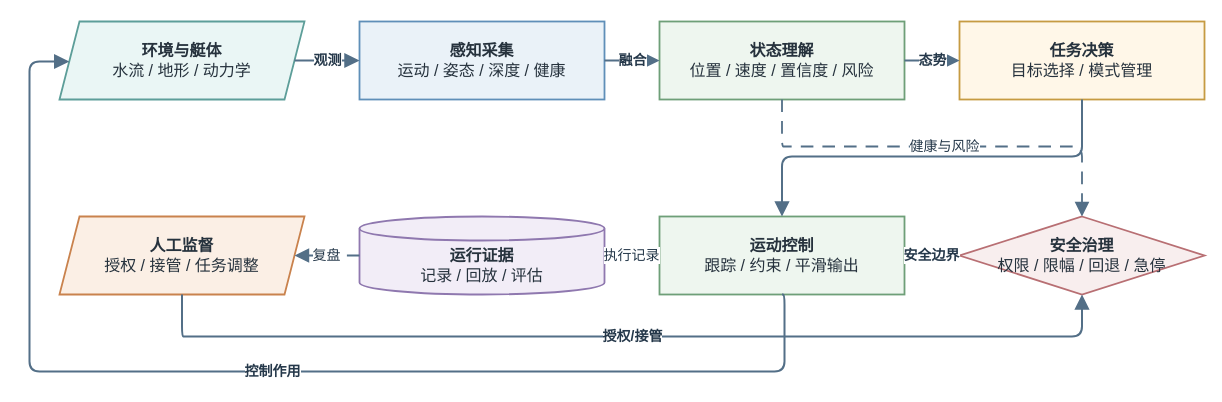
Earlier version of the draw.io diagram docs/thesis/figures/architecture/auv_system_autonomy_functional_loop.drawio (360ZMEM/AUV-Master-Project). Source tidied: cells renumbered, new cells numbered last; positions are measured from the earlier drawing's top-left corner, leaving out a move shared by most shapes. Both pictures are drawn from the tidied source at 100%, with x=0, y=0 at pixel (29, 21).
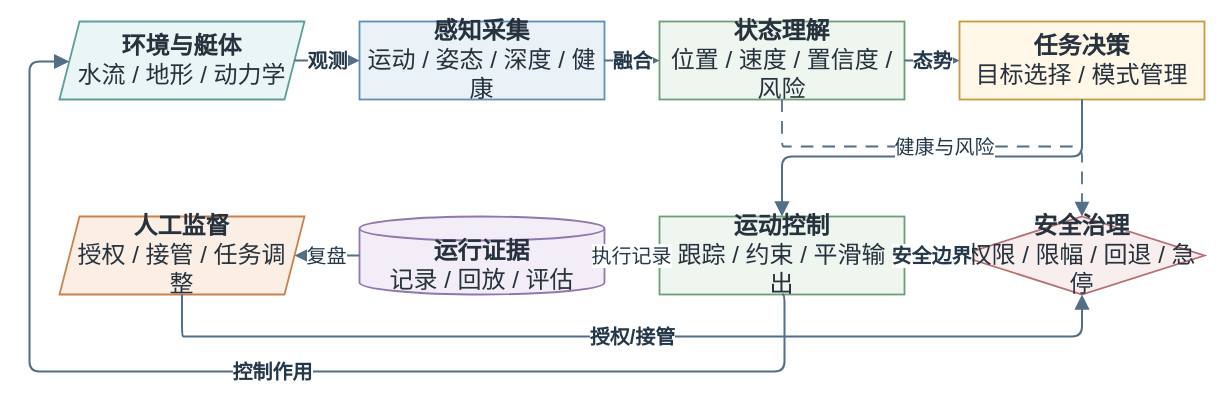
After the change.

The edit, as a diff of the source:
```diff
@@
-    <mxCell id="2" value="&lt;b&gt;环境与艇体&lt;/b&gt;&lt;br&gt;水流 / 地形 / 动力学" style="shape=parallelogram;perimeter=parallelogramPerimeter;fixedSize=1;whiteSpace=wrap;html=1;align=center;verticalAlign=middle;fillColor=#EAF6F5;strokeColor=#5D9E99;strokeWidth=1.8;spacing=8;fontFamily=Songti SC;fontSize=16;fontColor=#26323D;" parent="1" vertex="1">
+    <mxCell id="2" value="&lt;b&gt;环境与艇体&lt;/b&gt;&lt;br&gt;水流 / 地形 / 动力学" style="shape=parallelogram;perimeter=parallelogramPerimeter;fixedSize=1;whiteSpace=wrap;html=1;align=center;verticalAlign=middle;fillColor=#EAF6F5;strokeColor=#5D9E99;strokeWidth=1.8;spacing=8;fontFamily=Songti SC;fontSize=24;fontColor=#26323D;" parent="1" vertex="1">
       <mxGeometry x="30" width="245" height="78" as="geometry" />
     </mxCell>
-    <mxCell id="3" value="&lt;b&gt;感知采集&lt;/b&gt;&lt;br&gt;运动 / 姿态 / 深度 / 健康" style="rounded=0;whiteSpace=wrap;html=1;align=center;verticalAlign=middle;fillColor=#EAF2F8;strokeColor=#5F8FB8;strokeWidth=1.8;spacing=8;fontFamily=Songti SC;fontSize=16;fontColor=#26323D;" parent="1" vertex="1">
+    <mxCell id="3" value="&lt;b&gt;感知采集&lt;/b&gt;&lt;br&gt;运动 / 姿态 / 深度 / 健康" style="rounded=0;whiteSpace=wrap;html=1;align=center;verticalAlign=middle;fillColor=#EAF2F8;strokeColor=#5F8FB8;strokeWidth=1.8;spacing=8;fontFamily=Songti SC;fontSize=24;fontColor=#26323D;" parent="1" vertex="1">
       <mxGeometry x="330" width="245" height="78" as="geometry" />
     </mxCell>
-    <mxCell id="4" value="&lt;b&gt;状态理解&lt;/b&gt;&lt;br&gt;位置 / 速度 / 置信度 / 风险" style="rounded=0;whiteSpace=wrap;html=1;align=center;verticalAlign=middle;fillColor=#EEF6EF;strokeColor=#6E9F78;strokeWidth=1.8;spacing=8;fontFamily=Songti SC;fontSize=16;fontColor=#26323D;" parent="1" vertex="1">
+    <mxCell id="4" value="&lt;b&gt;状态理解&lt;/b&gt;&lt;br&gt;位置 / 速度 / 置信度 / 风险" style="rounded=0;whiteSpace=wrap;html=1;align=center;verticalAlign=middle;fillColor=#EEF6EF;strokeColor=#6E9F78;strokeWidth=1.8;spacing=8;fontFamily=Songti SC;fontSize=24;fontColor=#26323D;" parent="1" vertex="1">
       <mxGeometry x="630" width="245" height="78" as="geometry" />
     </mxCell>
-    <mxCell id="5" value="&lt;b&gt;任务决策&lt;/b&gt;&lt;br&gt;目标选择 / 模式管理" style="rounded=0;whiteSpace=wrap;html=1;align=center;verticalAlign=middle;fillColor=#FFF7E8;strokeColor=#C69B42;strokeWidth=1.8;spacing=8;fontFamily=Songti SC;fontSize=16;fontColor=#26323D;" parent="1" vertex="1">
+    <mxCell id="5" value="&lt;b&gt;任务决策&lt;/b&gt;&lt;br&gt;目标选择 / 模式管理" style="rounded=0;whiteSpace=wrap;html=1;align=center;verticalAlign=middle;fillColor=#FFF7E8;strokeColor=#C69B42;strokeWidth=1.8;spacing=8;fontFamily=Songti SC;fontSize=24;fontColor=#26323D;" parent="1" vertex="1">
       <mxGeometry x="930" width="245" height="78" as="geometry" />
     </mxCell>
-    <mxCell id="6" value="&lt;b&gt;运动控制&lt;/b&gt;&lt;br&gt;跟踪 / 约束 / 平滑输出" style="rounded=0;whiteSpace=wrap;html=1;align=center;verticalAlign=middle;fillColor=#EEF6EF;strokeColor=#6E9F78;strokeWidth=1.8;spacing=8;fontFamily=Songti SC;fontSize=16;fontColor=#26323D;" parent="1" vertex="1">
+    <mxCell id="6" value="&lt;b&gt;运动控制&lt;/b&gt;&lt;br&gt;跟踪 / 约束 / 平滑输出" style="rounded=0;whiteSpace=wrap;html=1;align=center;verticalAlign=middle;fillColor=#EEF6EF;strokeColor=#6E9F78;strokeWidth=1.8;spacing=8;fontFamily=Songti SC;fontSize=24;fontColor=#26323D;" parent="1" vertex="1">
       <mxGeometry x="630" y="195" width="245" height="78" as="geometry" />
     </mxCell>
-    <mxCell id="7" value="&lt;b&gt;安全治理&lt;/b&gt;&lt;br&gt;权限 / 限幅 / 回退 / 急停" style="rhombus;whiteSpace=wrap;html=1;align=center;verticalAlign=middle;fillColor=#F8EEEE;strokeColor=#B86F73;strokeWidth=1.8;spacing=8;fontFamily=Songti SC;fontSize=16;fontColor=#26323D;" parent="1" vertex="1">
+    <mxCell id="7" value="&lt;b&gt;安全治理&lt;/b&gt;&lt;br&gt;权限 / 限幅 / 回退 / 急停" style="rhombus;whiteSpace=wrap;html=1;align=center;verticalAlign=middle;fillColor=#F8EEEE;strokeColor=#B86F73;strokeWidth=1.8;spacing=8;fontFamily=Songti SC;fontSize=24;fontColor=#26323D;" parent="1" vertex="1">
       <mxGeometry x="930" y="195" width="245" height="78" as="geometry" />
     </mxCell>
-    <mxCell id="8" value="&lt;b&gt;人工监督&lt;/b&gt;&lt;br&gt;授权 / 接管 / 任务调整" style="shape=parallelogram;perimeter=parallelogramPerimeter;fixedSize=1;whiteSpace=wrap;html=1;align=center;verticalAlign=middle;fillColor=#FBEFE5;strokeColor=#C9824D;strokeWidth=1.8;spacing=8;fontFamily=Songti SC;fontSize=16;fontColor=#26323D;" parent="1" vertex="1">
+    <mxCell id="8" value="&lt;b&gt;人工监督&lt;/b&gt;&lt;br&gt;授权 / 接管 / 任务调整" style="shape=parallelogram;perimeter=parallelogramPerimeter;fixedSize=1;whiteSpace=wrap;html=1;align=center;verticalAlign=middle;fillColor=#FBEFE5;strokeColor=#C9824D;strokeWidth=1.8;spacing=8;fontFamily=Songti SC;fontSize=24;fontColor=#26323D;" parent="1" vertex="1">
       <mxGeometry x="30" y="195" width="245" height="78" as="geometry" />
     </mxCell>
-    <mxCell id="9" value="&lt;b&gt;运行证据&lt;/b&gt;&lt;br&gt;记录 / 回放 / 评估" style="shape=cylinder3;boundedLbl=1;backgroundOutline=1;size=12;whiteSpace=wrap;html=1;align=center;verticalAlign=middle;fillColor=#F2EDF7;strokeColor=#8F78AF;strokeWidth=1.8;spacing=8;fontFamily=Songti SC;fontSize=16;fontColor=#26323D;" parent="1" vertex="1">
+    <mxCell id="9" value="&lt;b&gt;运行证据&lt;/b&gt;&lt;br&gt;记录 / 回放 / 评估" style="shape=cylinder3;boundedLbl=1;backgroundOutline=1;size=12;whiteSpace=wrap;html=1;align=center;verticalAlign=middle;fillColor=#F2EDF7;strokeColor=#8F78AF;strokeWidth=1.8;spacing=8;fontFamily=Songti SC;fontSize=24;fontColor=#26323D;" parent="1" vertex="1">
       <mxGeometry x="330" y="195" width="245" height="78" as="geometry" />
     </mxCell>
-    <mxCell id="10" value="观测" style="edgeStyle=orthogonalEdgeStyle;rounded=1;jettySize=auto;html=1;strokeColor=#536F87;strokeWidth=2.0;fontFamily=Songti SC;fontSize=14;fontStyle=1;fontColor=#25384A;labelBackgroundColor=#FFFFFF;labelBorderColor=none;endArrow=block;endFill=1;endSize=10;exitX=1;entryX=0;" parent="1" edge="1" source="2" target="3">
+    <mxCell id="10" value="观测" style="edgeStyle=orthogonalEdgeStyle;rounded=1;jettySize=auto;html=1;strokeColor=#536F87;strokeWidth=2.0;fontFamily=Songti SC;fontSize=20;fontStyle=1;fontColor=#25384A;labelBackgroundColor=#FFFFFF;labelBorderColor=none;endArrow=block;endFill=1;endSize=10;exitX=1;entryX=0;" parent="1" edge="1" source="2" target="3">
       <mxGeometry relative="1" as="geometry" />
     </mxCell>
-    <mxCell id="11" value="融合" style="edgeStyle=orthogonalEdgeStyle;rounded=1;jettySize=auto;html=1;strokeColor=#536F87;strokeWidth=2.0;fontFamily=Songti SC;fontSize=14;fontStyle=1;fontColor=#25384A;labelBackgroundColor=#FFFFFF;labelBorderColor=none;endArrow=block;endFill=1;endSize=10;exitX=1;entryX=0;" parent="1" edge="1" source="3" target="4">
+    <mxCell id="11" value="融合" style="edgeStyle=orthogonalEdgeStyle;rounded=1;jettySize=auto;html=1;strokeColor=#536F87;strokeWidth=2.0;fontFamily=Songti SC;fontSize=20;fontStyle=1;fontColor=#25384A;labelBackgroundColor=#FFFFFF;labelBorderColor=none;endArrow=block;endFill=1;endSize=10;exitX=1;entryX=0;" parent="1" edge="1" source="3" target="4">
       <mxGeometry relative="1" as="geometry" />
     </mxCell>
-    <mxCell id="12" value="态势" style="edgeStyle=orthogonalEdgeStyle;rounded=1;jettySize=auto;html=1;strokeColor=#536F87;strokeWidth=2.0;fontFamily=Songti SC;fontSize=14;fontStyle=1;fontColor=#25384A;labelBackgroundColor=#FFFFFF;labelBorderColor=none;endArrow=block;endFill=1;endSize=10;exitX=1;entryX=0;" parent="1" edge="1" source="4" target="5">
+    <mxCell id="12" value="态势" style="edgeStyle=orthogonalEdgeStyle;rounded=1;jettySize=auto;html=1;strokeColor=#536F87;strokeWidth=2.0;fontFamily=Songti SC;fontSize=20;fontStyle=1;fontColor=#25384A;labelBackgroundColor=#FFFFFF;labelBorderColor=none;endArrow=block;endFill=1;endSize=10;exitX=1;entryX=0;" parent="1" edge="1" source="4" target="5">
       <mxGeometry relative="1" as="geometry" />
     </mxCell>
-    <mxCell id="13" style="edgeStyle=orthogonalEdgeStyle;rounded=1;jettySize=auto;html=1;strokeColor=#536F87;strokeWidth=2.0;fontFamily=Songti SC;fontSize=14;fontStyle=1;fontColor=#25384A;labelBackgroundColor=#FFFFFF;labelBorderColor=none;endArrow=block;endFill=1;endSize=10;exitX=0.5;exitY=1;entryX=0.5;entryY=0;" parent="1" edge="1" source="5" target="6">
+    <mxCell id="13" style="edgeStyle=orthogonalEdgeStyle;rounded=1;jettySize=auto;html=1;strokeColor=#536F87;strokeWidth=2.0;fontFamily=Songti SC;fontSize=20;fontStyle=1;fontColor=#25384A;labelBackgroundColor=#FFFFFF;labelBorderColor=none;endArrow=block;endFill=1;endSize=10;exitX=0.5;exitY=1;entryX=0.5;entryY=0;" parent="1" edge="1" source="5" target="6">
       <mxGeometry relative="1" as="geometry">
         <Array as="points">
           <mxPoint x="1053" y="135" />
           <mxPoint x="753" y="135" />
         </Array>
       </mxGeometry>
     </mxCell>
-    <mxCell id="14" value="控制作用" style="edgeStyle=orthogonalEdgeStyle;rounded=1;jettySize=auto;html=1;strokeColor=#536F87;strokeWidth=2.0;fontFamily=Songti SC;fontSize=14;fontStyle=1;fontColor=#25384A;labelBackgroundColor=#FFFFFF;labelBorderColor=none;endArrow=block;endFill=1;endSize=10;exitX=0.5;exitY=1;entryX=0;" parent="1" edge="1" source="6" target="2">
+    <mxCell id="14" value="控制作用" style="edgeStyle=orthogonalEdgeStyle;rounded=1;jettySize=auto;html=1;strokeColor=#536F87;strokeWidth=2.0;fontFamily=Songti SC;fontSize=20;fontStyle=1;fontColor=#25384A;labelBackgroundColor=#FFFFFF;labelBorderColor=none;endArrow=block;endFill=1;endSize=10;exitX=0.5;exitY=1;entryX=0;" parent="1" edge="1" source="6" target="2">
       <mxGeometry relative="1" as="geometry">
         <Array as="points">
           <mxPoint x="755" y="350" />
           <mxPoint y="350" />
           <mxPoint y="40" />
         </Array>
       </mxGeometry>
     </mxCell>
-    <mxCell id="15" value="授权/接管" style="edgeStyle=orthogonalEdgeStyle;rounded=1;jettySize=auto;html=1;strokeColor=#536F87;strokeWidth=2.0;fontFamily=Songti SC;fontSize=14;fontStyle=1;fontColor=#25384A;labelBackgroundColor=#FFFFFF;labelBorderColor=none;endArrow=block;endFill=1;endSize=10;exitX=0.5;exitY=1;entryX=0.5;entryY=1;" parent="1" edge="1" source="8" target="7">
+    <mxCell id="15" value="授权/接管" style="edgeStyle=orthogonalEdgeStyle;rounded=1;jettySize=auto;html=1;strokeColor=#536F87;strokeWidth=2.0;fontFamily=Songti SC;fontSize=20;fontStyle=1;fontColor=#25384A;labelBackgroundColor=#FFFFFF;labelBorderColor=none;endArrow=block;endFill=1;endSize=10;exitX=0.5;exitY=1;entryX=0.5;entryY=1;" parent="1" edge="1" source="8" target="7">
       <mxGeometry relative="1" as="geometry">
         <Array as="points">
           <mxPoint x="155" y="315" />
           <mxPoint x="1055" y="315" />
         </Array>
       </mxGeometry>
     </mxCell>
-    <mxCell id="16" value="安全边界" style="edgeStyle=orthogonalEdgeStyle;rounded=1;jettySize=auto;html=1;strokeColor=#536F87;strokeWidth=2.0;fontFamily=Songti SC;fontSize=14;fontStyle=1;fontColor=#25384A;labelBackgroundColor=#FFFFFF;labelBorderColor=none;endArrow=block;endFill=1;endSize=10;exitX=0;entryX=1;" parent="1" edge="1" source="7" target="6">
+    <mxCell id="16" value="安全边界" style="edgeStyle=orthogonalEdgeStyle;rounded=1;jettySize=auto;html=1;strokeColor=#536F87;strokeWidth=2.0;fontFamily=Songti SC;fontSize=20;fontStyle=1;fontColor=#25384A;labelBackgroundColor=#FFFFFF;labelBorderColor=none;endArrow=block;endFill=1;endSize=10;exitX=0;entryX=1;" parent="1" edge="1" source="7" target="6">
       <mxGeometry relative="1" as="geometry" />
     </mxCell>
-    <mxCell id="17" value="健康与风险" style="edgeStyle=orthogonalEdgeStyle;rounded=1;jettySize=auto;html=1;strokeColor=#536F87;strokeWidth=1.8;fontFamily=Songti SC;fontSize=14;fontColor=#25384A;labelBackgroundColor=#FFFFFF;labelBorderColor=none;endArrow=block;endFill=1;endSize=10;dashed=1;dashPattern=7 5;exitX=0.5;exitY=1;entryX=0.5;entryY=0;" parent="1" edge="1" source="4" target="7">
+    <mxCell id="17" value="健康与风险" style="edgeStyle=orthogonalEdgeStyle;rounded=1;jettySize=auto;html=1;strokeColor=#536F87;strokeWidth=1.8;fontFamily=Songti SC;fontSize=20;fontColor=#25384A;labelBackgroundColor=#FFFFFF;labelBorderColor=none;endArrow=block;endFill=1;endSize=10;dashed=1;dashPattern=7 5;exitX=0.5;exitY=1;entryX=0.5;entryY=0;" parent="1" edge="1" source="4" target="7">
       <mxGeometry relative="1" as="geometry">
         <Array as="points">
           <mxPoint x="755" y="125" />
           <mxPoint x="1055" y="125" />
         </Array>
       </mxGeometry>
     </mxCell>
-    <mxCell id="18" value="执行记录" style="edgeStyle=orthogonalEdgeStyle;rounded=1;jettySize=auto;html=1;strokeColor=#536F87;strokeWidth=1.8;fontFamily=Songti SC;fontSize=14;fontColor=#25384A;labelBackgroundColor=#FFFFFF;labelBorderColor=none;endArrow=block;endFill=1;endSize=10;dashed=1;dashPattern=7 5;exitX=0;entryX=1;" parent="1" edge="1" source="6" target="9">
+    <mxCell id="18" value="执行记录" style="edgeStyle=orthogonalEdgeStyle;rounded=1;jettySize=auto;html=1;strokeColor=#536F87;strokeWidth=1.8;fontFamily=Songti SC;fontSize=20;fontColor=#25384A;labelBackgroundColor=#FFFFFF;labelBorderColor=none;endArrow=block;endFill=1;endSize=10;dashed=1;dashPattern=7 5;exitX=0;entryX=1;" parent="1" edge="1" source="6" target="9">
       <mxGeometry relative="1" as="geometry" />
     </mxCell>
-    <mxCell id="19" value="复盘" style="edgeStyle=orthogonalEdgeStyle;rounded=1;jettySize=auto;html=1;strokeColor=#536F87;strokeWidth=1.8;fontFamily=Songti SC;fontSize=14;fontColor=#25384A;labelBackgroundColor=#FFFFFF;labelBorderColor=none;endArrow=block;endFill=1;endSize=10;dashed=1;dashPattern=7 5;exitX=0;entryX=1;" parent="1" edge="1" source="9" target="8">
+    <mxCell id="19" value="复盘" style="edgeStyle=orthogonalEdgeStyle;rounded=1;jettySize=auto;html=1;strokeColor=#536F87;strokeWidth=1.8;fontFamily=Songti SC;fontSize=20;fontColor=#25384A;labelBackgroundColor=#FFFFFF;labelBorderColor=none;endArrow=block;endFill=1;endSize=10;dashed=1;dashPattern=7 5;exitX=0;entryX=1;" parent="1" edge="1" source="9" target="8">
       <mxGeometry relative="1" as="geometry" />
     </mxCell>
```
